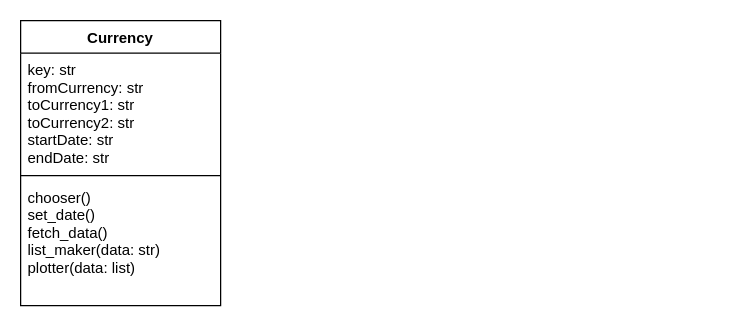
Above: UML.drawio in patootey/api_oppgave (draw.io), before the change. Source tidied: cells renumbered, new cells numbered last; positions are measured from the earlier drawing's top-left corner, leaving out a move shared by most shapes. Both pictures are drawn from the tidied source at 125%, with x=0, y=0 at pixel (20, 20).
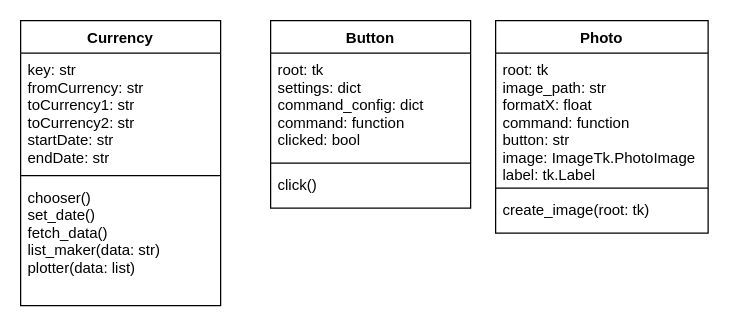
Above is the later version.

The edit, as a diff of the source:
```diff
@@
 <mxGraphModel>
   <root>
     <mxCell id="0" />
     <mxCell id="1" parent="0" />
     <mxCell id="2" value="Currency" style="swimlane;fontStyle=1;align=center;verticalAlign=top;horizontal=1;startSize=26;" parent="1" vertex="1">
       <mxGeometry width="160" height="228" as="geometry" />
     </mxCell>
     <mxCell id="3" value="key: str&#10;fromCurrency: str&#10;toCurrency1: str&#10;toCurrency2: str&#10;startDate: str&#10;endDate: str" style="text;strokeColor=none;fillColor=none;align=left;verticalAlign=top;spacingLeft=4;spacingRight=4;overflow=hidden;" parent="2" vertex="1">
       <mxGeometry y="26" width="160" height="94" as="geometry" />
     </mxCell>
     <mxCell id="4" style="line;strokeWidth=1;fillColor=none;align=left;verticalAlign=middle;spacingTop=-1;spacingLeft=3;spacingRight=3;labelPosition=right;strokeColor=inherit;" parent="2" vertex="1">
       <mxGeometry y="120" width="160" height="8" as="geometry" />
     </mxCell>
     <mxCell id="5" value="chooser()&#10;set_date()&#10;fetch_data()&#10;list_maker(data: str)&#10;plotter(data: list)" style="text;strokeColor=none;fillColor=none;align=left;verticalAlign=top;spacingLeft=4;spacingRight=4;overflow=hidden;" parent="2" vertex="1">
       <mxGeometry y="128" width="160" height="100" as="geometry" />
     </mxCell>
+    <mxCell id="6" value="Button" style="swimlane;fontStyle=1;align=center;verticalAlign=top;horizontal=1;startSize=26;" parent="1" vertex="1">
+      <mxGeometry x="200" width="160" height="150" as="geometry" />
+    </mxCell>
+    <mxCell id="7" value="root: tk&#10;settings: dict&#10;command_config: dict&#10;command: function&#10;clicked: bool" style="text;strokeColor=none;fillColor=none;align=left;verticalAlign=top;spacingLeft=4;spacingRight=4;overflow=hidden;" parent="6" vertex="1">
+      <mxGeometry y="26" width="160" height="84" as="geometry" />
+    </mxCell>
+    <mxCell id="8" style="line;strokeWidth=1;fillColor=none;align=left;verticalAlign=middle;spacingTop=-1;spacingLeft=3;spacingRight=3;labelPosition=right;strokeColor=inherit;" parent="6" vertex="1">
+      <mxGeometry y="110" width="160" height="8" as="geometry" />
+    </mxCell>
+    <mxCell id="9" value="click()" style="text;strokeColor=none;fillColor=none;align=left;verticalAlign=top;spacingLeft=4;spacingRight=4;overflow=hidden;" parent="6" vertex="1">
+      <mxGeometry y="118" width="160" height="32" as="geometry" />
+    </mxCell>
+    <mxCell id="10" value="Photo" style="swimlane;fontStyle=1;align=center;verticalAlign=top;horizontal=1;startSize=26;" parent="1" vertex="1">
+      <mxGeometry x="380" width="170" height="170" as="geometry" />
+    </mxCell>
+    <mxCell id="11" value="root: tk&#10;image_path: str&#10;formatX: float&#10;command: function&#10;button: str&#10;image: ImageTk.PhotoImage&#10;label: tk.Label" style="text;strokeColor=none;fillColor=none;align=left;verticalAlign=top;spacingLeft=4;spacingRight=4;overflow=hidden;" parent="10" vertex="1">
+      <mxGeometry y="26" width="170" height="104" as="geometry" />
+    </mxCell>
+    <mxCell id="12" style="line;strokeWidth=1;fillColor=none;align=left;verticalAlign=middle;spacingTop=-1;spacingLeft=3;spacingRight=3;labelPosition=right;strokeColor=inherit;" parent="10" vertex="1">
+      <mxGeometry y="130" width="170" height="8" as="geometry" />
+    </mxCell>
+    <mxCell id="13" value="create_image(root: tk)" style="text;strokeColor=none;fillColor=none;align=left;verticalAlign=top;spacingLeft=4;spacingRight=4;overflow=hidden;" parent="10" vertex="1">
+      <mxGeometry y="138" width="170" height="32" as="geometry" />
+    </mxCell>
   </root>
 </mxGraphModel>
```
